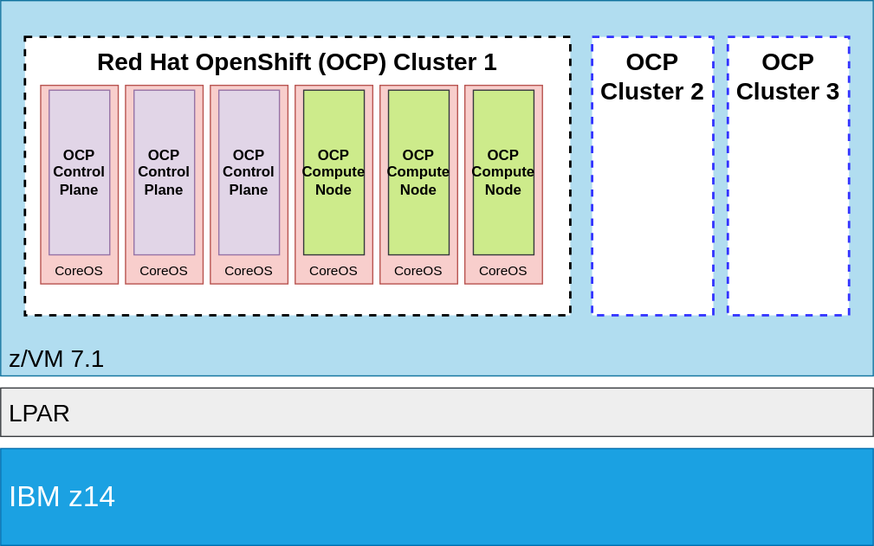
Earlier version of the draw.io export docs/ocpz-workshop-arch.drawio.svg (mmondics/ocp-z-workshop). Source tidied: cells renumbered, new cells last; positions are measured from the earlier drawing's top-left corner, leaving out a move shared by most shapes.
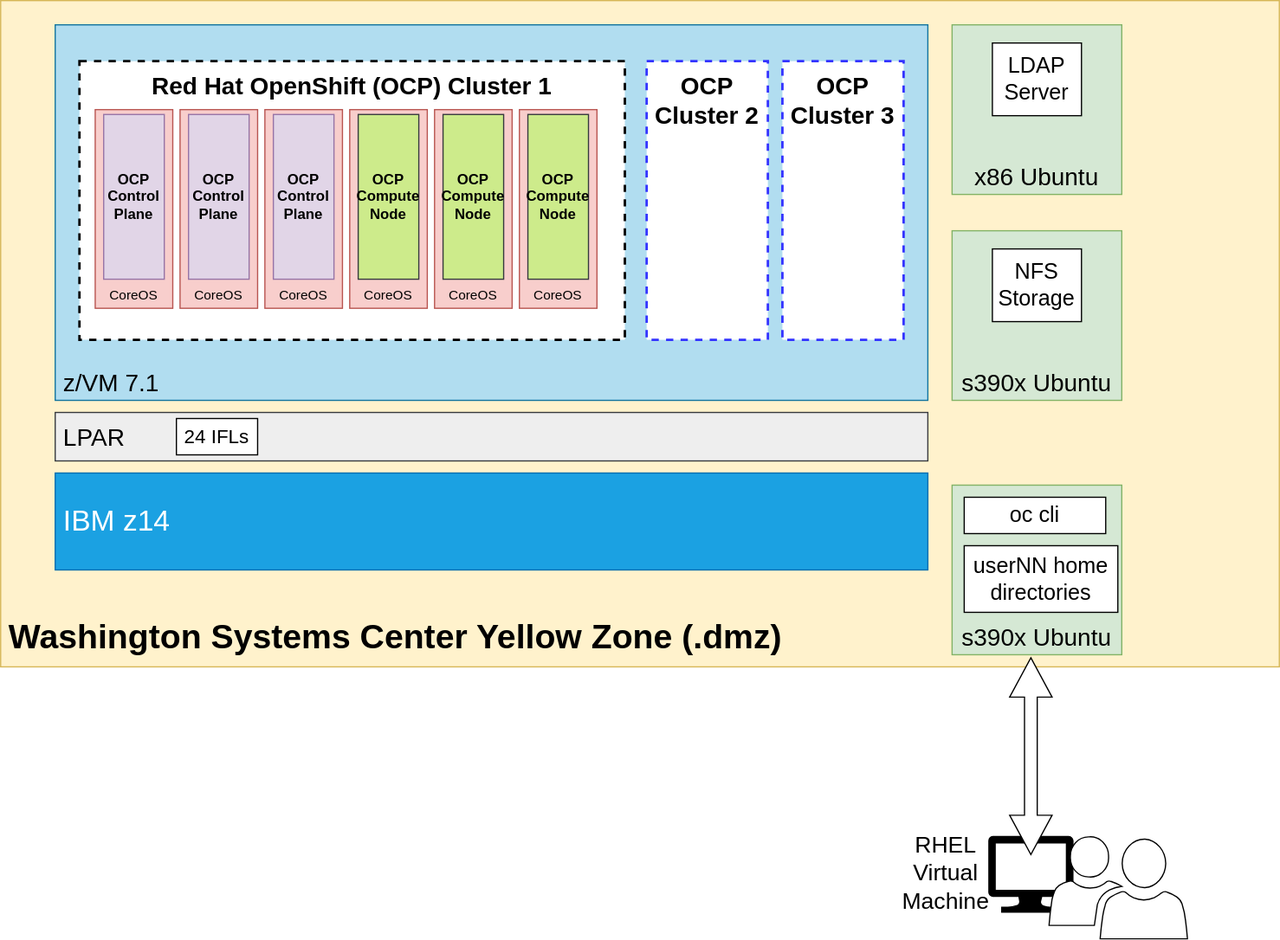
The same diagram one commit later.

Change to the diagram source:
```diff
@@ -2,6 +2,12 @@
   <root>
     <mxCell id="0" />
     <mxCell id="1" parent="0" />
+    <mxCell id="20" value="&lt;font style=&quot;font-size: 28px&quot;&gt;&lt;b&gt;Washington Systems Center Yellow Zone (.dmz)&lt;/b&gt;&lt;/font&gt;" style="rounded=0;whiteSpace=wrap;html=1;labelBackgroundColor=none;fontSize=16;strokeColor=#d6b656;strokeWidth=1;fillColor=#fff2cc;align=left;verticalAlign=bottom;spacingLeft=5;spacingBottom=5;" parent="1" vertex="1">
+      <mxGeometry x="-45" y="-20" width="1055" height="550" as="geometry" />
+    </mxCell>
+    <mxCell id="21" style="sketch=0;shadow=0;dashed=0;html=1;labelPosition=center;verticalLabelPosition=bottom;verticalAlign=top;align=center;shape=mxgraph.azure.computer;labelBackgroundColor=none;fontSize=16;strokeColor=#000000;fillColor=#000000;" parent="1" vertex="1">
+      <mxGeometry x="770.3" y="670" width="69.4" height="62.5" as="geometry" />
+    </mxCell>
     <mxCell id="2" value="&lt;font style=&quot;font-size: 20px&quot;&gt;z/VM 7.1&lt;/font&gt;" style="rounded=0;whiteSpace=wrap;html=1;align=left;fillColor=#b1ddf0;strokeColor=#10739e;fontStyle=0;verticalAlign=bottom;spacingLeft=5;" parent="1" vertex="1">
       <mxGeometry width="720" height="310" as="geometry" />
     </mxCell>
@@ -56,5 +62,38 @@
     <mxCell id="19" value="&lt;div style=&quot;font-size: 12px;&quot;&gt;OCP Compute Node&lt;br style=&quot;font-size: 12px;&quot;&gt;&lt;/div&gt;" style="rounded=0;whiteSpace=wrap;html=1;labelBackgroundColor=none;fontSize=12;align=center;fontStyle=1;fillColor=#cdeb8b;strokeColor=#36393d;" parent="1" vertex="1">
       <mxGeometry x="390" y="74" width="50" height="136" as="geometry" />
     </mxCell>
+    <mxCell id="22" value="&lt;font style=&quot;font-size: 16px&quot;&gt;24 IFLs&lt;br&gt;&lt;/font&gt;" style="rounded=0;whiteSpace=wrap;html=1;labelBackgroundColor=none;fontSize=12;strokeWidth=1;align=center;verticalAlign=middle;" parent="1" vertex="1">
+      <mxGeometry x="100" y="325" width="67" height="30" as="geometry" />
+    </mxCell>
+    <mxCell id="23" style="sketch=0;shadow=0;dashed=0;html=1;labelPosition=center;verticalLabelPosition=bottom;verticalAlign=top;align=center;shape=mxgraph.mscae.intune.user_group;labelBackgroundColor=none;fontSize=16;" parent="1" vertex="1">
+      <mxGeometry x="820" y="670" width="114.2" height="84.5" as="geometry" />
+    </mxCell>
+    <mxCell id="24" value="RHEL Virtual Machine" style="text;html=1;strokeColor=none;fillColor=none;align=center;verticalAlign=middle;whiteSpace=wrap;rounded=0;labelBackgroundColor=none;fontSize=19;" parent="1" vertex="1">
+      <mxGeometry x="710" y="686.2" width="50" height="30" as="geometry" />
+    </mxCell>
+    <mxCell id="25" style="shape=doubleArrow;whiteSpace=wrap;html=1;labelBackgroundColor=none;fontSize=28;strokeWidth=1;align=left;verticalAlign=bottom;rotation=90;" parent="1" vertex="1">
+      <mxGeometry x="723.8" y="586.2" width="162.5" height="35" as="geometry" />
+    </mxCell>
+    <mxCell id="26" value="&lt;div&gt;s390x Ubuntu&lt;/div&gt;" style="rounded=0;whiteSpace=wrap;html=1;labelBackgroundColor=none;fontSize=20;strokeColor=#82b366;strokeWidth=1;align=center;verticalAlign=bottom;fillColor=#d5e8d4;" parent="1" vertex="1">
+      <mxGeometry x="740" y="170" width="140" height="140" as="geometry" />
+    </mxCell>
+    <mxCell id="27" value="&lt;font style=&quot;font-size: 18px&quot;&gt;NFS Storage&lt;font style=&quot;font-size: 18px&quot;&gt;&lt;br&gt;&lt;/font&gt;&lt;/font&gt;" style="rounded=0;whiteSpace=wrap;html=1;labelBackgroundColor=none;fontSize=12;strokeWidth=1;align=center;verticalAlign=middle;" parent="1" vertex="1">
+      <mxGeometry x="773.2" y="185" width="73.5" height="60" as="geometry" />
+    </mxCell>
+    <mxCell id="28" value="&lt;div&gt;x86 Ubuntu&lt;/div&gt;" style="rounded=0;whiteSpace=wrap;html=1;labelBackgroundColor=none;fontSize=20;strokeColor=#82b366;strokeWidth=1;align=center;verticalAlign=bottom;fillColor=#d5e8d4;" parent="1" vertex="1">
+      <mxGeometry x="740" width="140" height="140" as="geometry" />
+    </mxCell>
+    <mxCell id="29" value="&lt;font style=&quot;font-size: 18px&quot;&gt;LDAP Server&lt;font style=&quot;font-size: 18px&quot;&gt;&lt;font style=&quot;font-size: 18px&quot;&gt;&lt;br&gt;&lt;/font&gt;&lt;/font&gt;&lt;/font&gt;" style="rounded=0;whiteSpace=wrap;html=1;labelBackgroundColor=none;fontSize=12;strokeWidth=1;align=center;verticalAlign=middle;" parent="1" vertex="1">
+      <mxGeometry x="773.2" y="15" width="73.5" height="60" as="geometry" />
+    </mxCell>
+    <mxCell id="30" value="&lt;div&gt;s390x Ubuntu&lt;/div&gt;" style="rounded=0;whiteSpace=wrap;html=1;labelBackgroundColor=none;fontSize=20;strokeColor=#82b366;strokeWidth=1;align=center;verticalAlign=bottom;fillColor=#d5e8d4;" parent="1" vertex="1">
+      <mxGeometry x="740" y="380" width="140" height="140" as="geometry" />
+    </mxCell>
+    <mxCell id="31" value="&lt;font style=&quot;font-size: 18px&quot;&gt;oc cli&lt;br&gt;&lt;/font&gt;" style="rounded=0;whiteSpace=wrap;html=1;labelBackgroundColor=none;fontSize=12;strokeWidth=1;align=center;verticalAlign=middle;" parent="1" vertex="1">
+      <mxGeometry x="750" y="390" width="116.8" height="30" as="geometry" />
+    </mxCell>
+    <mxCell id="32" value="&lt;font style=&quot;font-size: 18px&quot;&gt;userNN home directories&lt;/font&gt;" style="rounded=0;whiteSpace=wrap;html=1;labelBackgroundColor=none;fontSize=12;strokeWidth=1;align=center;verticalAlign=middle;" parent="1" vertex="1">
+      <mxGeometry x="750" y="430" width="126.8" height="55" as="geometry" />
+    </mxCell>
   </root>
 </mxGraphModel>
```
